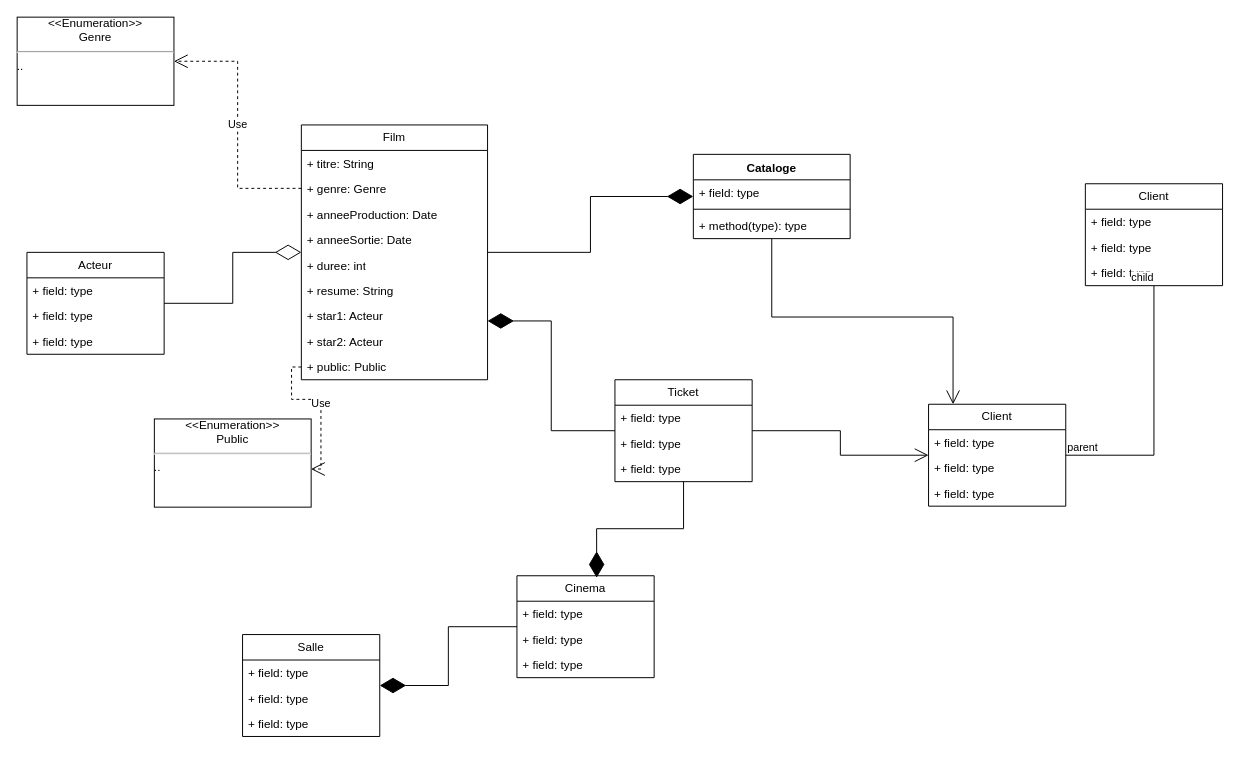
chouaibKr0/ProjetGL keeps this draw.io diagram as class2.drawio. Above is the earlier version. Source tidied: cells renumbered, new cells numbered last; positions are measured from the earlier drawing's top-left corner, leaving out a move shared by most shapes. Both pictures are drawn from the tidied source at 98%, with x=0, y=0 at pixel (17, 17).
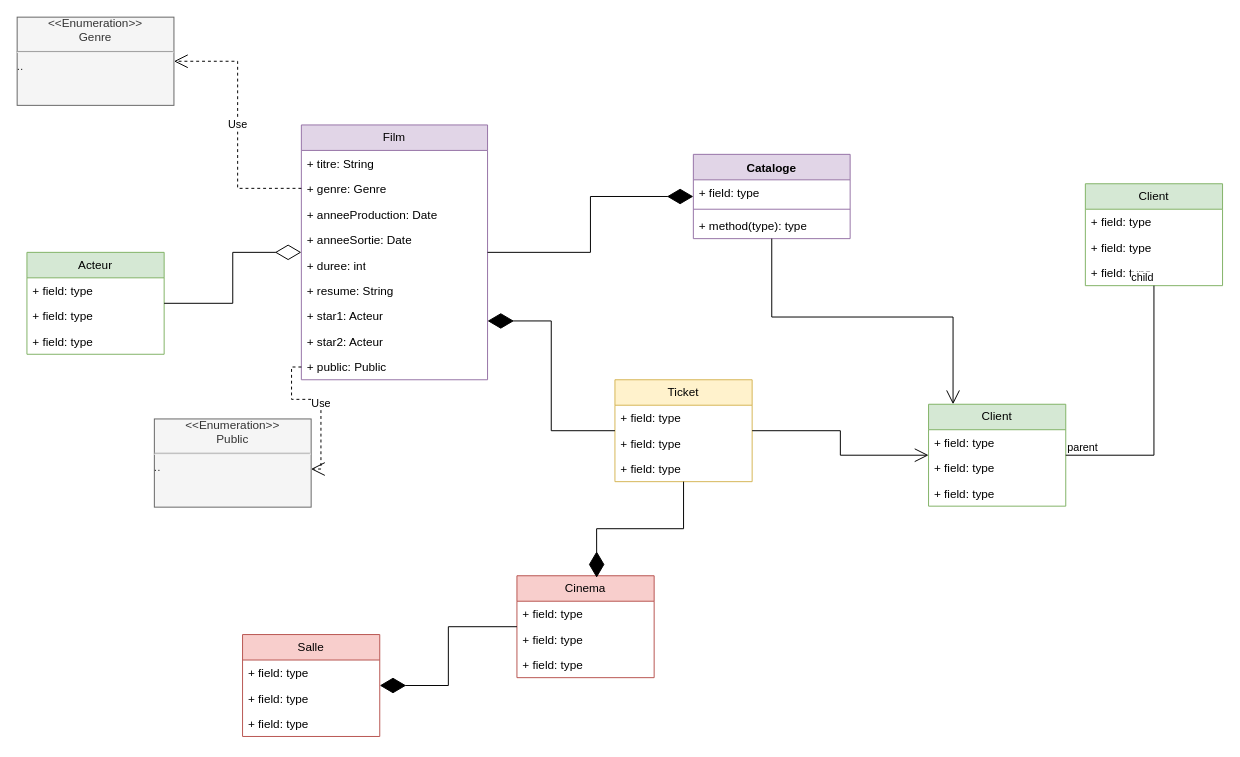
Above is the later version.

What changed in the source:
```diff
@@
-    <mxCell id="2" value="Film" style="swimlane;fontStyle=0;horizontal=1;startSize=26;fillColor=none;whiteSpace=wrap;html=1;" parent="1" vertex="1">
+    <mxCell id="2" value="Film" style="swimlane;fontStyle=0;horizontal=1;startSize=26;whiteSpace=wrap;html=1;fillColor=#e1d5e7;strokeColor=#9673a6;" parent="1" vertex="1">
       <mxGeometry x="290" y="110" width="190" height="260" as="geometry" />
     </mxCell>
@@
-    <mxCell id="13" value="&lt;div align=&quot;center&quot;&gt;&amp;lt;&amp;lt;Enumeration&amp;gt;&amp;gt;&lt;br&gt;&lt;/div&gt;&lt;div align=&quot;center&quot;&gt;Genre&lt;br&gt;&lt;hr&gt;&lt;/div&gt;.." style="verticalAlign=top;align=left;overflow=fill;html=1;whiteSpace=wrap;" parent="1" vertex="1">
+    <mxCell id="13" value="&lt;div align=&quot;center&quot;&gt;&amp;lt;&amp;lt;Enumeration&amp;gt;&amp;gt;&lt;br&gt;&lt;/div&gt;&lt;div align=&quot;center&quot;&gt;Genre&lt;br&gt;&lt;hr&gt;&lt;/div&gt;.." style="verticalAlign=top;align=left;overflow=fill;html=1;whiteSpace=wrap;fillColor=#f5f5f5;fontColor=#333333;strokeColor=#666666;" parent="1" vertex="1">
       <mxGeometry width="160" height="90" as="geometry" />
     </mxCell>
-    <mxCell id="14" value="Acteur" style="swimlane;fontStyle=0;horizontal=1;startSize=26;fillColor=none;whiteSpace=wrap;html=1;" parent="1" vertex="1">
+    <mxCell id="14" value="Acteur" style="swimlane;fontStyle=0;horizontal=1;startSize=26;fillColor=#d5e8d4;whiteSpace=wrap;html=1;strokeColor=#82b366;" parent="1" vertex="1">
       <mxGeometry x="10" y="240" width="140" height="104" as="geometry" />
     </mxCell>
@@
-    <mxCell id="19" value="&lt;div align=&quot;center&quot;&gt;&amp;lt;&amp;lt;Enumeration&amp;gt;&amp;gt;&lt;br&gt;&lt;/div&gt;&lt;div align=&quot;center&quot;&gt;Public&lt;hr&gt;&lt;/div&gt;.." style="verticalAlign=top;align=left;overflow=fill;html=1;whiteSpace=wrap;" parent="1" vertex="1">
+    <mxCell id="19" value="&lt;div align=&quot;center&quot;&gt;&amp;lt;&amp;lt;Enumeration&amp;gt;&amp;gt;&lt;br&gt;&lt;/div&gt;&lt;div align=&quot;center&quot;&gt;Public&lt;hr&gt;&lt;/div&gt;.." style="verticalAlign=top;align=left;overflow=fill;html=1;whiteSpace=wrap;fillColor=#f5f5f5;fontColor=#333333;strokeColor=#666666;" parent="1" vertex="1">
       <mxGeometry x="140" y="410" width="160" height="90" as="geometry" />
     </mxCell>
@@
-    <mxCell id="21" value="Cataloge" style="swimlane;fontStyle=1;align=center;verticalAlign=top;horizontal=1;startSize=26;whiteSpace=wrap;html=1;" parent="1" vertex="1">
+    <mxCell id="21" value="Cataloge" style="swimlane;fontStyle=1;align=center;verticalAlign=top;horizontal=1;startSize=26;whiteSpace=wrap;html=1;fillColor=#e1d5e7;strokeColor=#9673a6;" parent="1" vertex="1">
       <mxGeometry x="690" y="140" width="160" height="86" as="geometry" />
     </mxCell>
@@
-    <mxCell id="26" value="Ticket" style="swimlane;fontStyle=0;horizontal=1;startSize=26;fillColor=none;whiteSpace=wrap;html=1;" parent="1" vertex="1">
+    <mxCell id="26" value="Ticket" style="swimlane;fontStyle=0;horizontal=1;startSize=26;fillColor=#fff2cc;whiteSpace=wrap;html=1;strokeColor=#d6b656;" parent="1" vertex="1">
       <mxGeometry x="610" y="370" width="140" height="104" as="geometry" />
     </mxCell>
@@
-    <mxCell id="31" value="Cinema" style="swimlane;fontStyle=0;horizontal=1;startSize=26;fillColor=none;whiteSpace=wrap;html=1;" parent="1" vertex="1">
+    <mxCell id="31" value="Cinema" style="swimlane;fontStyle=0;horizontal=1;startSize=26;fillColor=#f8cecc;whiteSpace=wrap;html=1;strokeColor=#b85450;" parent="1" vertex="1">
       <mxGeometry x="510" y="570" width="140" height="104" as="geometry" />
     </mxCell>
@@
-    <mxCell id="36" value="Salle" style="swimlane;fontStyle=0;horizontal=1;startSize=26;fillColor=none;whiteSpace=wrap;html=1;" parent="1" vertex="1">
+    <mxCell id="36" value="Salle" style="swimlane;fontStyle=0;horizontal=1;startSize=26;fillColor=#f8cecc;whiteSpace=wrap;html=1;strokeColor=#b85450;" parent="1" vertex="1">
       <mxGeometry x="230" y="630" width="140" height="104" as="geometry" />
     </mxCell>
@@
-    <mxCell id="41" value="Client" style="swimlane;fontStyle=0;horizontal=1;startSize=26;fillColor=none;whiteSpace=wrap;html=1;" parent="1" vertex="1">
+    <mxCell id="41" value="Client" style="swimlane;fontStyle=0;horizontal=1;startSize=26;fillColor=#d5e8d4;whiteSpace=wrap;html=1;strokeColor=#82b366;" parent="1" vertex="1">
       <mxGeometry x="930" y="395" width="140" height="104" as="geometry" />
     </mxCell>
@@
-    <mxCell id="45" value="Client" style="swimlane;fontStyle=0;horizontal=1;startSize=26;fillColor=none;whiteSpace=wrap;html=1;" parent="1" vertex="1">
+    <mxCell id="45" value="Client" style="swimlane;fontStyle=0;horizontal=1;startSize=26;fillColor=#d5e8d4;whiteSpace=wrap;html=1;strokeColor=#82b366;" parent="1" vertex="1">
       <mxGeometry x="1090" y="170" width="140" height="104" as="geometry" />
     </mxCell>
```
